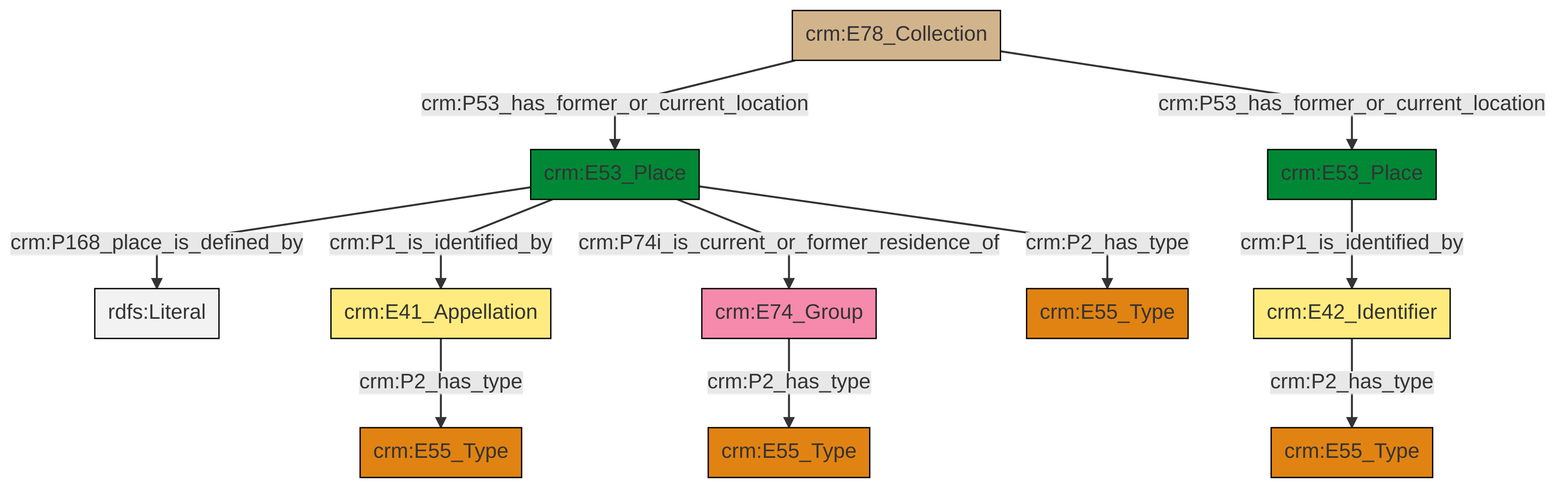
Earlier version of the Mermaid export et/archivalCSV/ttl/mmd/png/archival_location.png (swiss-art-research-net/docs.swissartresearch). Its source is kept beside it as et/archivalCSV/ttl/mmd/archival_location.ttl.mmd.
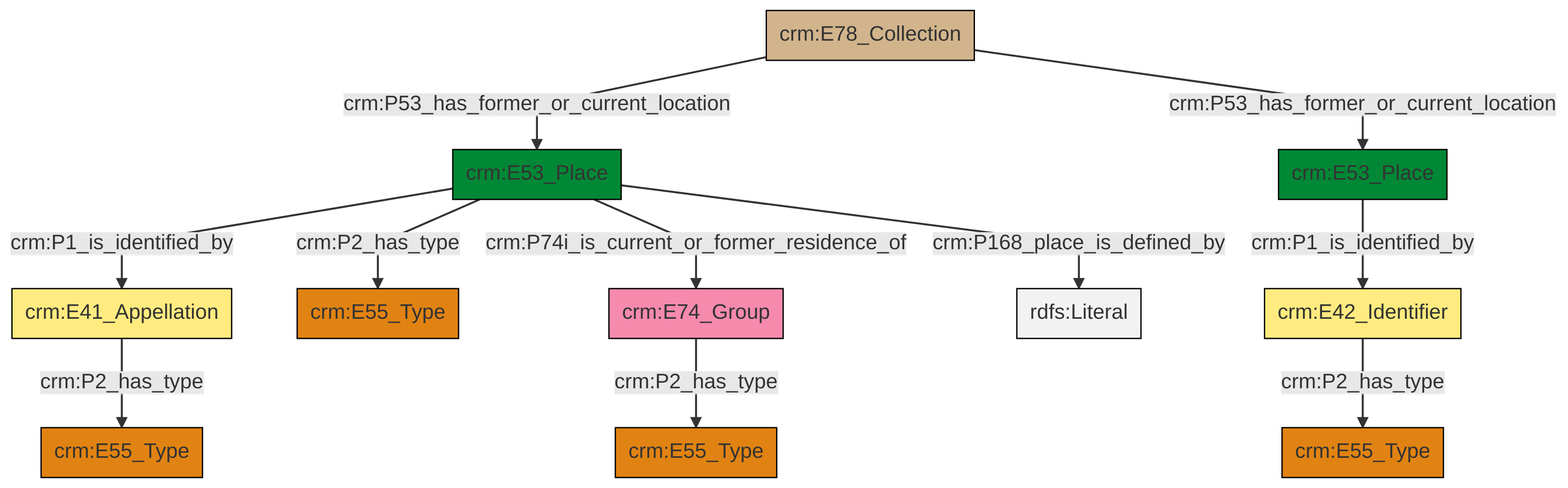
Later version of the same file.

What changed in the source:
```diff
@@ -13,13 +13,13 @@
 classDef PC_Classes fill:#4ce600, stroke:#000000;
 classDef Multi fill:#cccccc,stroke:#000000;
 
-2["crm:E53_Place"]:::Place -->|crm:P168_place_is_defined_by| 3[rdfs:Literal]:::Literal
-4["crm:E41_Appellation"]:::Appellation -->|crm:P2_has_type| 5["crm:E55_Type"]:::Type
-6["crm:E78_Collection"]:::Physical_Thing -->|crm:P53_has_former_or_current_location| 2["crm:E53_Place"]:::Place
-7["crm:E42_Identifier"]:::Appellation -->|crm:P2_has_type| 8["crm:E55_Type"]:::Type
-2["crm:E53_Place"]:::Place -->|crm:P2_has_type| 12["crm:E55_Type"]:::Type
-2["crm:E53_Place"]:::Place -->|crm:P1_is_identified_by| 4["crm:E41_Appellation"]:::Appellation
-17["crm:E74_Group"]:::Actor -->|crm:P2_has_type| 9["crm:E55_Type"]:::Type
-2["crm:E53_Place"]:::Place -->|crm:P74i_is_current_or_former_residence_of| 17["crm:E74_Group"]:::Actor
-6["crm:E78_Collection"]:::Physical_Thing -->|crm:P53_has_former_or_current_location| 0["crm:E53_Place"]:::Place
-0["crm:E53_Place"]:::Place -->|crm:P1_is_identified_by| 7["crm:E42_Identifier"]:::Appellation
+6["crm:E53_Place"]:::Place -->|crm:P2_has_type| 7["crm:E55_Type"]:::Type
+2["crm:E53_Place"]:::Place -->|crm:P1_is_identified_by| 10["crm:E42_Identifier"]:::Appellation
+11["crm:E78_Collection"]:::Physical_Thing -->|crm:P53_has_former_or_current_location| 6["crm:E53_Place"]:::Place
+6["crm:E53_Place"]:::Place -->|crm:P1_is_identified_by| 0["crm:E41_Appellation"]:::Appellation
+6["crm:E53_Place"]:::Place -->|crm:P168_place_is_defined_by| 14[rdfs:Literal]:::Literal
+16["crm:E74_Group"]:::Actor -->|crm:P2_has_type| 17["crm:E55_Type"]:::Type
+10["crm:E42_Identifier"]:::Appellation -->|crm:P2_has_type| 8["crm:E55_Type"]:::Type
+6["crm:E53_Place"]:::Place -->|crm:P74i_is_current_or_former_residence_of| 16["crm:E74_Group"]:::Actor
+11["crm:E78_Collection"]:::Physical_Thing -->|crm:P53_has_former_or_current_location| 2["crm:E53_Place"]:::Place
+0["crm:E41_Appellation"]:::Appellation -->|crm:P2_has_type| 4["crm:E55_Type"]:::Type
```
